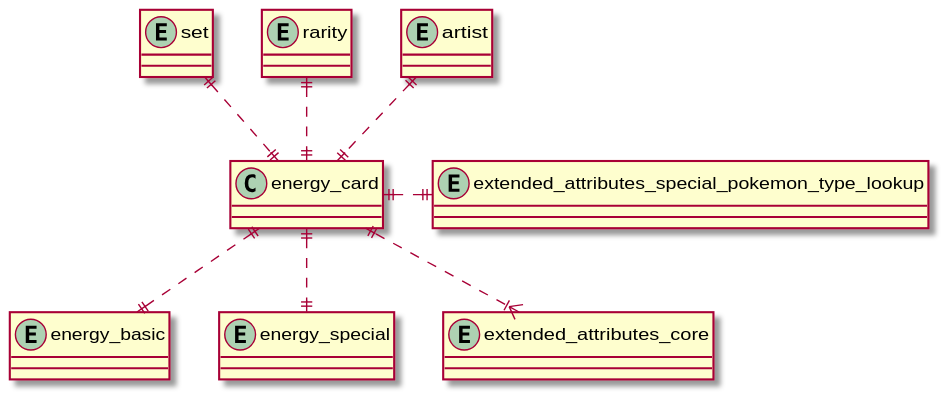
pkgreen90/pokemon-tcg-data keeps this PlantUML diagram as schema/exported_images/energy-card-relationships.svg. Above is the earlier version.
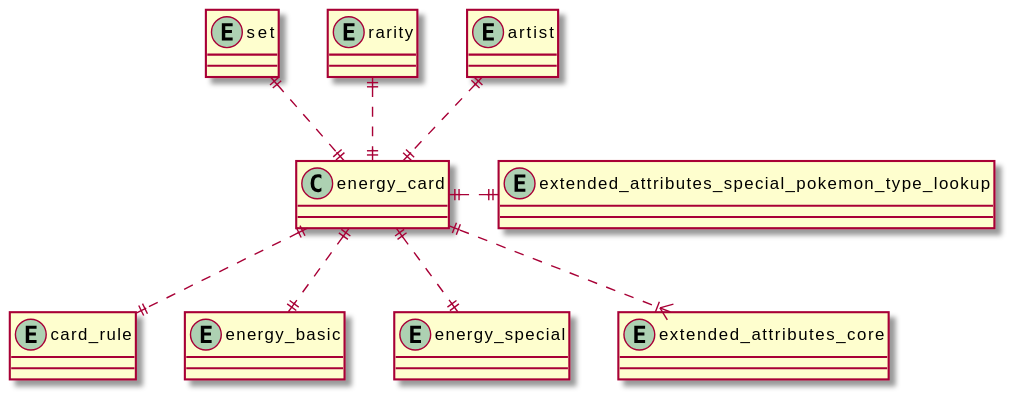
The same diagram one commit later.

The edit, as a diff of the source:
```diff
@@ -1,6 +1,7 @@
 @startuml energy-card-relationships
 
 entity "artist" as artist {}
+entity "card_rule" as card_rule {}
 entity "energy_basic" as energy_basic {}
 entity "energy_special" as energy_special {}
 entity "extended_attributes_core" as extended_attributes_core {}
@@ -9,6 +10,7 @@
 entity "set" as set {}
 
 energy_card ||..up|| artist
+energy_card ||..|| card_rule
 energy_card ||..|| energy_basic
 energy_card ||..|| energy_special
 energy_card ||..|{ extended_attributes_core
```
